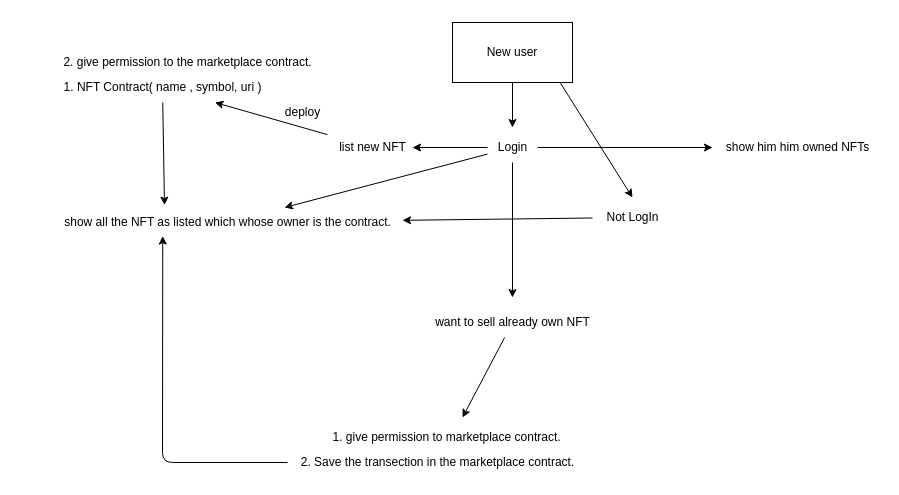
This is projectPlanning.drawio from aamir-067/NFT-Marketplace, a draw.io file, before an edit. Source tidied: cells renumbered, new cells numbered last; positions are measured from the earlier drawing's top-left corner, leaving out a move shared by most shapes. Both pictures are drawn from the tidied source at 100%, with x=0, y=0 at pixel (52, 22).
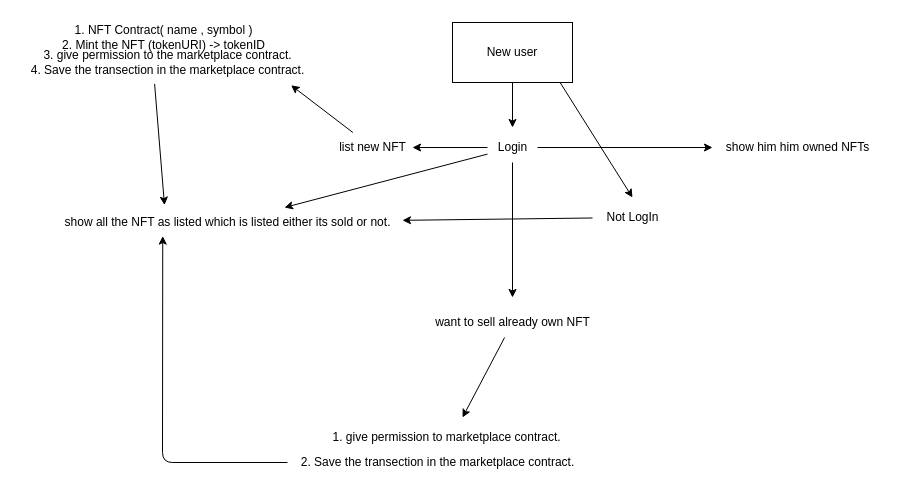
The same page after the edit.

Unchanged cells that the change refers to:
```xml
<mxCell id="12" value="list new NFT" style="text;html=1;align=center;verticalAlign=middle;points=[];strokeColor=none;fillColor=none;" parent="1" vertex="1">
  <mxGeometry x="275" y="110" width="90" height="30" as="geometry" />
</mxCell>
```

The edit, as a diff of the source:
```diff
@@
-    <mxCell id="2" style="edgeStyle=none;html=1;entryX=0.32;entryY=-0.08;entryDx=0;entryDy=0;entryPerimeter=0;" parent="1" edge="1" source="3" target="14">
+    <mxCell id="2" style="edgeStyle=none;html=1;entryX=0.32;entryY=-0.08;entryDx=0;entryDy=0;entryPerimeter=0;exitX=0.457;exitY=1.036;exitDx=0;exitDy=0;exitPerimeter=0;" parent="1" edge="1" source="15" target="14">
       <mxGeometry relative="1" as="geometry" />
     </mxCell>
-    <mxCell id="3" value="1. NFT Contract( name , symbol, uri )" style="text;html=1;align=center;verticalAlign=middle;points=[];strokeColor=none;fillColor=none;" parent="1" vertex="1">
-      <mxGeometry y="50" width="220" height="30" as="geometry" />
-    </mxCell>
@@
-    <mxCell id="11" style="edgeStyle=none;html=1;" parent="1" edge="1" source="12" target="3">
-      <mxGeometry relative="1" as="geometry" />
-    </mxCell>
+    <mxCell id="26" style="edgeStyle=none;html=1;entryX=0.912;entryY=1.069;entryDx=0;entryDy=0;entryPerimeter=0;" parent="1" edge="1" source="12" target="15">
+      <mxGeometry relative="1" as="geometry" />
+    </mxCell>
@@
-    <mxCell id="13" value="deploy" style="text;html=1;align=center;verticalAlign=middle;strokeColor=none;fillColor=none;" parent="1" vertex="1">
-      <mxGeometry x="220" y="75" width="60" height="30" as="geometry" />
-    </mxCell>
-    <mxCell id="14" value="show all the NFT as listed which whose owner is the contract." style="text;html=1;align=center;verticalAlign=middle;points=[];strokeColor=none;fillColor=none;" parent="1" vertex="1">
+    <mxCell id="14" value="show all the NFT as listed which is listed either its sold or not." style="text;html=1;align=center;verticalAlign=middle;points=[];strokeColor=none;fillColor=none;" parent="1" vertex="1">
       <mxGeometry y="185" width="350" height="30" as="geometry" />
     </mxCell>
-    <mxCell id="15" value="2. give permission to the marketplace contract." style="text;html=1;align=center;verticalAlign=middle;points=[];strokeColor=none;fillColor=none;" parent="1" vertex="1">
-      <mxGeometry y="25" width="270" height="30" as="geometry" />
-    </mxCell>
@@
+    <mxCell id="27" style="group;" parent="1" vertex="1">
+      <mxGeometry x="-20" y="-5" width="285" height="65" as="geometry" />
+    </mxCell>
+    <mxCell id="3" value="1. NFT Contract( name , symbol )&lt;br&gt;2. Mint the NFT (tokenURI) -&amp;gt; tokenID" style="text;html=1;align=center;verticalAlign=middle;points=[];strokeColor=none;fillColor=none;" parent="27" vertex="1">
+      <mxGeometry x="16" width="230" height="40" as="geometry" />
+    </mxCell>
+    <mxCell id="15" value="3. give permission to the marketplace contract.&lt;br&gt;4. Save the transection in the marketplace contract." style="text;html=1;align=center;verticalAlign=middle;points=[];strokeColor=none;fillColor=none;" parent="27" vertex="1">
+      <mxGeometry x="-15" y="25" width="300" height="40" as="geometry" />
+    </mxCell>
```
